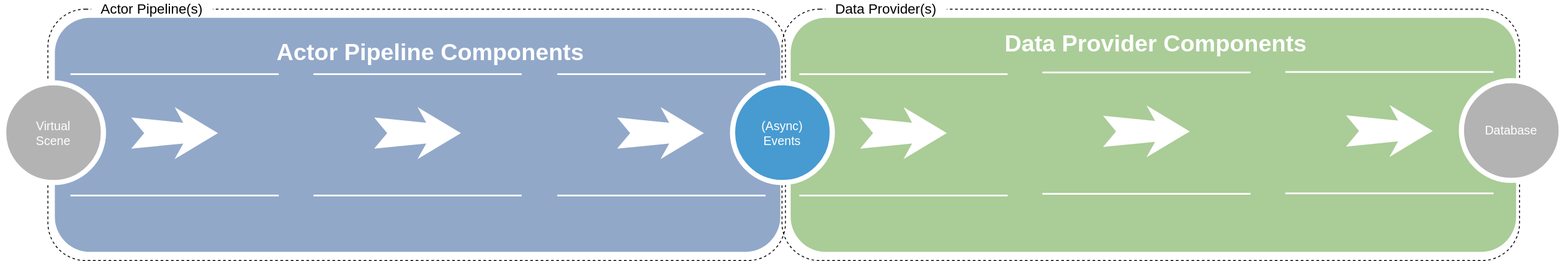
Above: static/pipeline/OmiLAXR_Pipeline_Blackbox.drawio.svg in OmiLAXR-Ecosystem/www (draw.io), before the change. Source tidied: cells renumbered, new cells last; positions are measured from the earlier drawing's top-left corner, leaving out a move shared by most shapes. The source it was exported from:
```xml
<mxGraphModel>
  <root>
    <mxCell id="0" />
    <mxCell id="1" parent="0" />
    <mxCell id="2" style="rounded=1;whiteSpace=wrap;html=1;fillColor=none;dashed=1;align=left;" parent="1" vertex="1">
      <mxGeometry x="51" y="10" width="850" height="290" as="geometry" />
    </mxCell>
    <mxCell id="3" style="rounded=1;whiteSpace=wrap;html=1;fillColor=none;dashed=1;align=left;" parent="1" vertex="1">
      <mxGeometry x="897" y="10" width="850" height="290" as="geometry" />
    </mxCell>
    <mxCell id="4" value="Data" style="ellipse;whiteSpace=wrap;html=1;rounded=0;shadow=0;strokeWidth=6;fontSize=14;align=center;fillColor=#68B85C;strokeColor=#FFFFFF;fontColor=#FFFFFF;" parent="1" vertex="1">
      <mxGeometry x="1120" y="95" width="115" height="115" as="geometry" />
    </mxCell>
    <mxCell id="5" value="Actor Pipeline(s)" style="rounded=0;whiteSpace=wrap;html=1;fontColor=default;strokeColor=none;fontSize=16;" parent="1" vertex="1">
      <mxGeometry x="101" width="140" height="20" as="geometry" />
    </mxCell>
    <mxCell id="6" value="Additional&lt;br&gt;or &lt;br&gt;(Manipulated)&lt;br&gt;Data" style="ellipse;whiteSpace=wrap;html=1;rounded=0;shadow=0;strokeWidth=6;fontSize=14;align=center;fillColor=#6EC261;strokeColor=#FFFFFF;fontColor=#FFFFFF;" parent="1" vertex="1">
      <mxGeometry x="1400" y="93" width="115" height="115" as="geometry" />
    </mxCell>
    <mxCell id="7" value="Data Provider(s)" style="rounded=0;whiteSpace=wrap;html=1;fontColor=default;strokeColor=none;fontSize=16;" parent="1" vertex="1">
      <mxGeometry x="947" width="140" height="20" as="geometry" />
    </mxCell>
    <mxCell id="8" style="group;" parent="1" vertex="1">
      <mxGeometry x="77" y="80" width="830" height="210" as="geometry" />
    </mxCell>
    <mxCell id="9" style="rounded=1;whiteSpace=wrap;html=1;fillColor=#91A8C9;strokeColor=none;" parent="8" vertex="1">
      <mxGeometry x="-18" y="-60" width="836" height="270" as="geometry" />
    </mxCell>
    <mxCell id="10" style="line;strokeWidth=2;html=1;rounded=0;shadow=0;fontSize=27;align=center;fillColor=none;strokeColor=#FFFFFF;" parent="8" vertex="1">
      <mxGeometry x="280" width="240" height="10" as="geometry" />
    </mxCell>
    <mxCell id="11" style="line;strokeWidth=2;html=1;rounded=0;shadow=0;fontSize=27;align=center;fillColor=none;strokeColor=#FFFFFF;" parent="8" vertex="1">
      <mxGeometry x="280" y="140" width="240" height="10" as="geometry" />
    </mxCell>
    <mxCell id="12" style="html=1;shadow=0;dashed=0;align=center;verticalAlign=middle;shape=mxgraph.arrows2.stylisedArrow;dy=0.6;dx=40;notch=15;feather=0.4;rounded=0;strokeWidth=1;fontSize=27;strokeColor=none;fillColor=#FFFFFF;" parent="8" vertex="1">
      <mxGeometry x="350" y="43" width="100" height="60" as="geometry" />
    </mxCell>
    <mxCell id="13" style="line;strokeWidth=2;html=1;rounded=0;shadow=0;fontSize=27;align=center;fillColor=none;strokeColor=#FFFFFF;" parent="8" vertex="1">
      <mxGeometry width="240" height="10" as="geometry" />
    </mxCell>
    <mxCell id="14" style="line;strokeWidth=2;html=1;rounded=0;shadow=0;fontSize=27;align=center;fillColor=none;strokeColor=#FFFFFF;" parent="8" vertex="1">
      <mxGeometry y="140" width="240" height="10" as="geometry" />
    </mxCell>
    <mxCell id="15" style="html=1;shadow=0;dashed=0;align=center;verticalAlign=middle;shape=mxgraph.arrows2.stylisedArrow;dy=0.6;dx=40;notch=15;feather=0.4;rounded=0;strokeWidth=1;fontSize=27;strokeColor=none;fillColor=#FFFFFF;" parent="8" vertex="1">
      <mxGeometry x="70" y="43" width="100" height="60" as="geometry" />
    </mxCell>
    <mxCell id="16" style="line;strokeWidth=2;html=1;rounded=0;shadow=0;fontSize=27;align=center;fillColor=none;strokeColor=#FFFFFF;" parent="8" vertex="1">
      <mxGeometry x="561" width="240" height="10" as="geometry" />
    </mxCell>
    <mxCell id="17" style="line;strokeWidth=2;html=1;rounded=0;shadow=0;fontSize=27;align=center;fillColor=none;strokeColor=#FFFFFF;" parent="8" vertex="1">
      <mxGeometry x="561" y="140" width="240" height="10" as="geometry" />
    </mxCell>
    <mxCell id="18" style="html=1;shadow=0;dashed=0;align=center;verticalAlign=middle;shape=mxgraph.arrows2.stylisedArrow;dy=0.6;dx=40;notch=15;feather=0.4;rounded=0;strokeWidth=1;fontSize=27;strokeColor=none;fillColor=#FFFFFF;" parent="8" vertex="1">
      <mxGeometry x="630" y="43" width="100" height="60" as="geometry" />
    </mxCell>
    <mxCell id="19" value="Actor Pipeline Components" style="text;html=1;strokeColor=none;fillColor=none;align=center;verticalAlign=middle;whiteSpace=wrap;rounded=0;shadow=0;fontSize=27;fontColor=#FFFFFF;fontStyle=1;" parent="8" vertex="1">
      <mxGeometry y="-50" width="830" height="60" as="geometry" />
    </mxCell>
    <mxCell id="20" value="Virtual&lt;br&gt;&lt;div&gt;Scene&lt;/div&gt;" style="ellipse;whiteSpace=wrap;html=1;rounded=0;shadow=0;strokeWidth=6;fontSize=14;align=center;fillColor=#B3B3B3;strokeColor=#FFFFFF;fontColor=#FFFFFF;" parent="1" vertex="1">
      <mxGeometry y="95" width="115" height="115" as="geometry" />
    </mxCell>
    <mxCell id="21" style="rounded=1;whiteSpace=wrap;html=1;fillColor=#AACC97;strokeColor=none;" parent="1" vertex="1">
      <mxGeometry x="907" y="20" width="836" height="270" as="geometry" />
    </mxCell>
    <mxCell id="22" style="group;" parent="1" vertex="1">
      <mxGeometry x="917" y="77.5" width="800" height="152.5" as="geometry" />
    </mxCell>
    <mxCell id="23" style="line;strokeWidth=2;html=1;rounded=0;shadow=0;fontSize=27;align=center;fillColor=none;strokeColor=#FFFFFF;" parent="22" vertex="1">
      <mxGeometry x="280" y="0.5" width="240" height="10" as="geometry" />
    </mxCell>
    <mxCell id="24" style="line;strokeWidth=2;html=1;rounded=0;shadow=0;fontSize=27;align=center;fillColor=none;strokeColor=#FFFFFF;" parent="22" vertex="1">
      <mxGeometry x="280" y="140.5" width="240" height="10" as="geometry" />
    </mxCell>
    <mxCell id="25" style="html=1;shadow=0;dashed=0;align=center;verticalAlign=middle;shape=mxgraph.arrows2.stylisedArrow;dy=0.6;dx=40;notch=15;feather=0.4;rounded=0;strokeWidth=1;fontSize=27;strokeColor=none;fillColor=#FFFFFF;" parent="22" vertex="1">
      <mxGeometry x="350" y="43.5" width="100" height="60" as="geometry" />
    </mxCell>
    <mxCell id="26" style="line;strokeWidth=2;html=1;rounded=0;shadow=0;fontSize=27;align=center;fillColor=none;strokeColor=#FFFFFF;" parent="22" vertex="1">
      <mxGeometry x="560" width="240" height="10" as="geometry" />
    </mxCell>
    <mxCell id="27" style="line;strokeWidth=2;html=1;rounded=0;shadow=0;fontSize=27;align=center;fillColor=none;strokeColor=#FFFFFF;" parent="22" vertex="1">
      <mxGeometry x="560" y="140" width="240" height="10" as="geometry" />
    </mxCell>
    <mxCell id="28" style="html=1;shadow=0;dashed=0;align=center;verticalAlign=middle;shape=mxgraph.arrows2.stylisedArrow;dy=0.6;dx=40;notch=15;feather=0.4;rounded=0;strokeWidth=1;fontSize=27;strokeColor=none;fillColor=#FFFFFF;" parent="22" vertex="1">
      <mxGeometry x="630" y="43" width="100" height="60" as="geometry" />
    </mxCell>
    <mxCell id="29" style="line;strokeWidth=2;html=1;rounded=0;shadow=0;fontSize=27;align=center;fillColor=none;strokeColor=#FFFFFF;" parent="22" vertex="1">
      <mxGeometry y="2.5" width="240" height="10" as="geometry" />
    </mxCell>
    <mxCell id="30" style="line;strokeWidth=2;html=1;rounded=0;shadow=0;fontSize=27;align=center;fillColor=none;strokeColor=#FFFFFF;" parent="22" vertex="1">
      <mxGeometry y="142.5" width="240" height="10" as="geometry" />
    </mxCell>
    <mxCell id="31" style="html=1;shadow=0;dashed=0;align=center;verticalAlign=middle;shape=mxgraph.arrows2.stylisedArrow;dy=0.6;dx=40;notch=15;feather=0.4;rounded=0;strokeWidth=1;fontSize=27;strokeColor=none;fillColor=#FFFFFF;" parent="22" vertex="1">
      <mxGeometry x="70" y="45.5" width="100" height="60" as="geometry" />
    </mxCell>
    <mxCell id="32" value="(Async)&lt;br&gt;Events" style="ellipse;whiteSpace=wrap;html=1;rounded=0;shadow=0;strokeWidth=6;fontSize=14;align=center;fillColor=#479BD1;strokeColor=#FFFFFF;fontColor=#FFFFFF;" parent="1" vertex="1">
      <mxGeometry x="840" y="95" width="115" height="115" as="geometry" />
    </mxCell>
    <mxCell id="33" value="Database" style="ellipse;whiteSpace=wrap;html=1;rounded=0;shadow=0;strokeWidth=6;fontSize=14;align=center;fillColor=#B3B3B3;strokeColor=#FFFFFF;fontColor=#FFFFFF;" parent="1" vertex="1">
      <mxGeometry x="1680" y="92.5" width="115" height="115" as="geometry" />
    </mxCell>
    <mxCell id="34" value="Data Provider Components" style="text;html=1;strokeColor=none;fillColor=none;align=center;verticalAlign=middle;whiteSpace=wrap;rounded=0;shadow=0;fontSize=27;fontColor=#FFFFFF;fontStyle=1;" parent="1" vertex="1">
      <mxGeometry x="913" y="20" width="830" height="60" as="geometry" />
    </mxCell>
  </root>
</mxGraphModel>
```
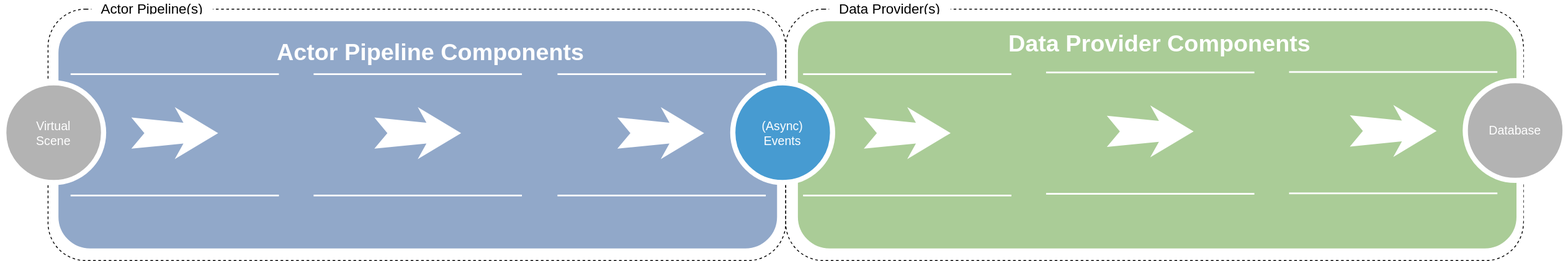
The same diagram one commit later.

What changed in the source:
```diff
@@ -3,7 +3,7 @@
     <mxCell id="0" />
     <mxCell id="1" parent="0" />
     <mxCell id="2" style="rounded=1;whiteSpace=wrap;html=1;fillColor=none;dashed=1;align=left;" parent="1" vertex="1">
-      <mxGeometry x="51" y="10" width="850" height="290" as="geometry" />
+      <mxGeometry x="47" y="10" width="850" height="290" as="geometry" />
     </mxCell>
     <mxCell id="3" style="rounded=1;whiteSpace=wrap;html=1;fillColor=none;dashed=1;align=left;" parent="1" vertex="1">
       <mxGeometry x="897" y="10" width="850" height="290" as="geometry" />
@@ -12,7 +12,7 @@
       <mxGeometry x="1120" y="95" width="115" height="115" as="geometry" />
     </mxCell>
     <mxCell id="5" value="Actor Pipeline(s)" style="rounded=0;whiteSpace=wrap;html=1;fontColor=default;strokeColor=none;fontSize=16;" parent="1" vertex="1">
-      <mxGeometry x="101" width="140" height="20" as="geometry" />
+      <mxGeometry x="97" width="140" height="20" as="geometry" />
     </mxCell>
     <mxCell id="6" value="Additional&lt;br&gt;or &lt;br&gt;(Manipulated)&lt;br&gt;Data" style="ellipse;whiteSpace=wrap;html=1;rounded=0;shadow=0;strokeWidth=6;fontSize=14;align=center;fillColor=#6EC261;strokeColor=#FFFFFF;fontColor=#FFFFFF;" parent="1" vertex="1">
       <mxGeometry x="1400" y="93" width="115" height="115" as="geometry" />
@@ -21,9 +21,9 @@
       <mxGeometry x="947" width="140" height="20" as="geometry" />
     </mxCell>
     <mxCell id="8" style="group;" parent="1" vertex="1">
-      <mxGeometry x="77" y="80" width="830" height="210" as="geometry" />
+      <mxGeometry x="73" y="80" width="830" height="210" as="geometry" />
     </mxCell>
-    <mxCell id="9" style="rounded=1;whiteSpace=wrap;html=1;fillColor=#91A8C9;strokeColor=none;" parent="8" vertex="1">
+    <mxCell id="9" style="rounded=1;whiteSpace=wrap;html=1;fillColor=#91A8C9;strokeColor=#FFFFFF;strokeWidth=8;" parent="8" vertex="1">
       <mxGeometry x="-18" y="-60" width="836" height="270" as="geometry" />
     </mxCell>
     <mxCell id="10" style="line;strokeWidth=2;html=1;rounded=0;shadow=0;fontSize=27;align=center;fillColor=none;strokeColor=#FFFFFF;" parent="8" vertex="1">
@@ -57,9 +57,9 @@
       <mxGeometry y="-50" width="830" height="60" as="geometry" />
     </mxCell>
     <mxCell id="20" value="Virtual&lt;br&gt;&lt;div&gt;Scene&lt;/div&gt;" style="ellipse;whiteSpace=wrap;html=1;rounded=0;shadow=0;strokeWidth=6;fontSize=14;align=center;fillColor=#B3B3B3;strokeColor=#FFFFFF;fontColor=#FFFFFF;" parent="1" vertex="1">
-      <mxGeometry y="95" width="115" height="115" as="geometry" />
+      <mxGeometry x="-4" y="95" width="115" height="115" as="geometry" />
     </mxCell>
-    <mxCell id="21" style="rounded=1;whiteSpace=wrap;html=1;fillColor=#AACC97;strokeColor=none;" parent="1" vertex="1">
+    <mxCell id="21" style="rounded=1;whiteSpace=wrap;html=1;fillColor=#AACC97;strokeColor=#FFFFFF;strokeWidth=8;" parent="1" vertex="1">
       <mxGeometry x="907" y="20" width="836" height="270" as="geometry" />
     </mxCell>
     <mxCell id="22" style="group;" parent="1" vertex="1">
@@ -93,7 +93,7 @@
       <mxGeometry x="70" y="45.5" width="100" height="60" as="geometry" />
     </mxCell>
     <mxCell id="32" value="(Async)&lt;br&gt;Events" style="ellipse;whiteSpace=wrap;html=1;rounded=0;shadow=0;strokeWidth=6;fontSize=14;align=center;fillColor=#479BD1;strokeColor=#FFFFFF;fontColor=#FFFFFF;" parent="1" vertex="1">
-      <mxGeometry x="840" y="95" width="115" height="115" as="geometry" />
+      <mxGeometry x="836" y="95" width="115" height="115" as="geometry" />
     </mxCell>
     <mxCell id="33" value="Database" style="ellipse;whiteSpace=wrap;html=1;rounded=0;shadow=0;strokeWidth=6;fontSize=14;align=center;fillColor=#B3B3B3;strokeColor=#FFFFFF;fontColor=#FFFFFF;" parent="1" vertex="1">
       <mxGeometry x="1680" y="92.5" width="115" height="115" as="geometry" />
```
